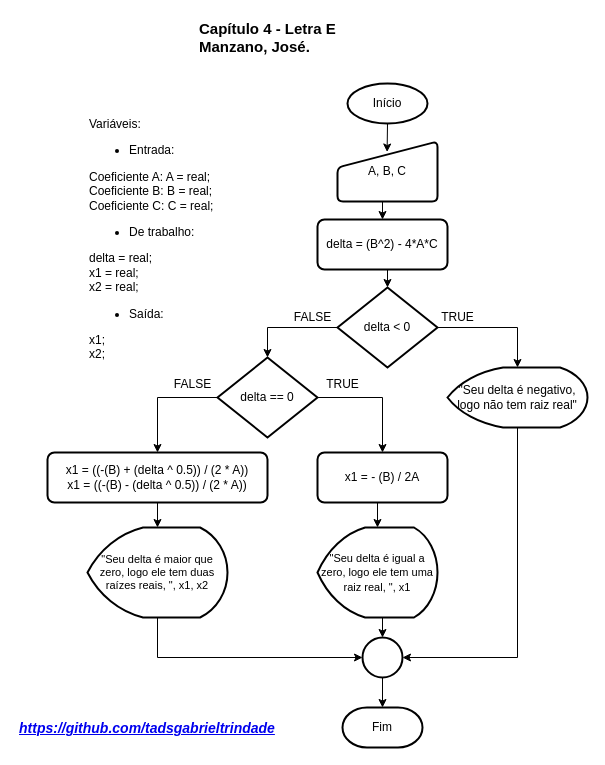
Before: Lista de exercícios - Manzano/Atividades do capítulo 4/Letra-E/Diagrama de blocos para edição.drawio in tadsgabrieltrindade/Codigos_em_Linguagem_C, a draw.io diagram. Source tidied: cells renumbered, new cells numbered last; positions are measured from the earlier drawing's top-left corner, leaving out a move shared by most shapes. Both pictures are drawn from the tidied source at 100%, with x=0, y=0 at pixel (17, 17).
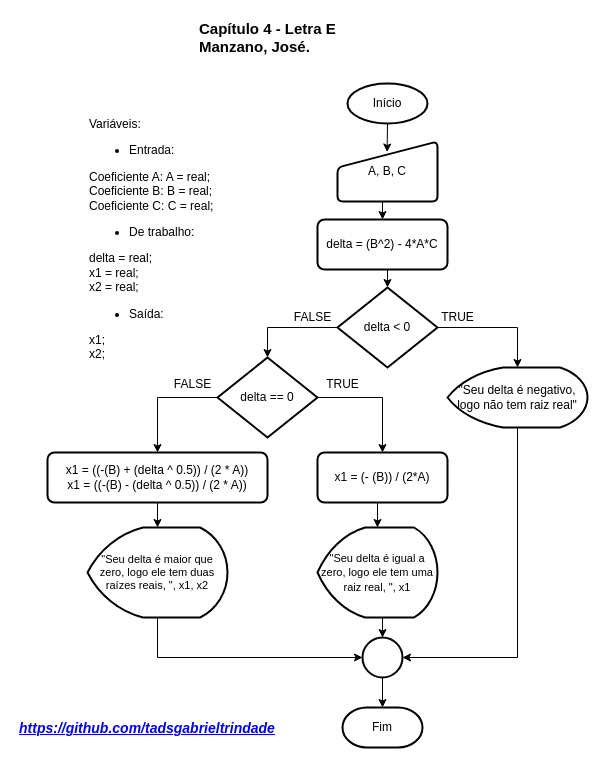
After the change.

Commit message (it also covers changes not shown here):
Subindo via bash

The edit, as a diff of the source:
```diff
@@
-    <mxCell id="25" value="x1 = - (B) / 2A" style="rounded=1;whiteSpace=wrap;html=1;absoluteArcSize=1;arcSize=14;strokeWidth=2;" parent="1" vertex="1">
+    <mxCell id="25" value="x1 = (- (B)) / (2*A)" style="rounded=1;whiteSpace=wrap;html=1;absoluteArcSize=1;arcSize=14;strokeWidth=2;" parent="1" vertex="1">
       <mxGeometry x="300" y="435" width="130" height="50" as="geometry" />
     </mxCell>
```
